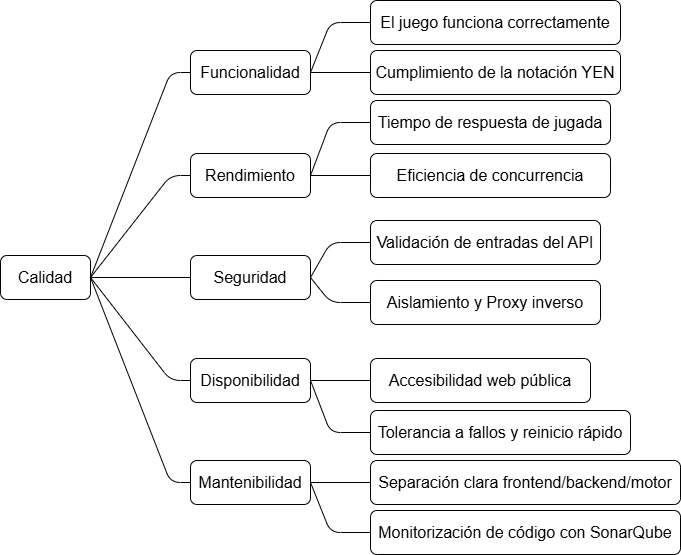
This is docs/images/10_1_arbol_calidad.png from Arquisoft/yovi_es3a, a draw.io export, as it was before one commit. Source tidied: cells renumbered, new cells last; positions are measured from the earlier drawing's top-left corner, leaving out a move shared by most shapes.
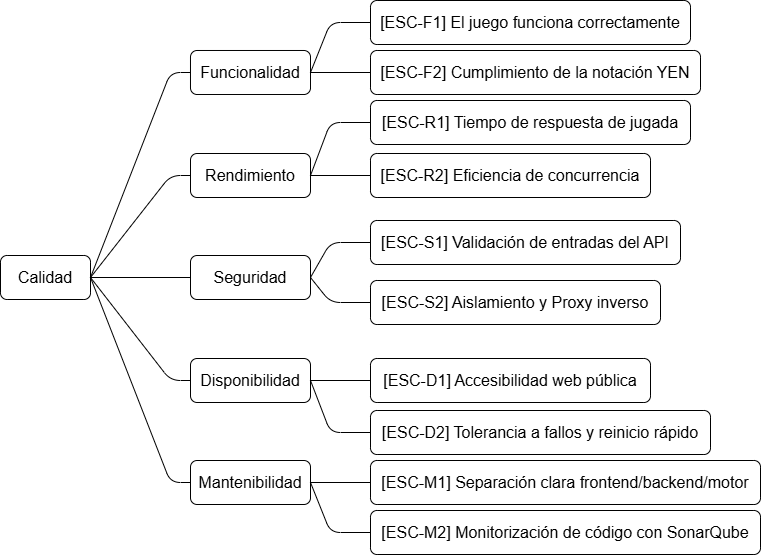
The same diagram one commit later.

What changed in the source:
```diff
@@ -58,23 +58,23 @@
         </Array>
       </mxGeometry>
     </mxCell>
-    <mxCell id="14" value="El juego funciona correctamente" style="rounded=1;whiteSpace=wrap;html=1;fontSize=16;" parent="1" vertex="1">
-      <mxGeometry x="370" width="250" height="44" as="geometry" />
+    <mxCell id="14" value="[ESC-F1] El juego funciona correctamente" style="rounded=1;whiteSpace=wrap;html=1;fontSize=16;" parent="1" vertex="1">
+      <mxGeometry x="370" width="320" height="44" as="geometry" />
     </mxCell>
-    <mxCell id="15" value="Cumplimiento de la notación YEN" style="rounded=1;whiteSpace=wrap;html=1;fontSize=16;" parent="1" vertex="1">
-      <mxGeometry x="370" y="50" width="250" height="44" as="geometry" />
+    <mxCell id="15" value="[ESC-F2] Cumplimiento de la notación YEN" style="rounded=1;whiteSpace=wrap;html=1;fontSize=16;" parent="1" vertex="1">
+      <mxGeometry x="370" y="50" width="330" height="44" as="geometry" />
     </mxCell>
-    <mxCell id="16" value="Tiempo de respuesta de jugada" style="rounded=1;whiteSpace=wrap;html=1;fontSize=16;" parent="1" vertex="1">
-      <mxGeometry x="370" y="100" width="240" height="44" as="geometry" />
+    <mxCell id="16" value="[ESC-R1] Tiempo de respuesta de jugada" style="rounded=1;whiteSpace=wrap;html=1;fontSize=16;" parent="1" vertex="1">
+      <mxGeometry x="370" y="100" width="320" height="44" as="geometry" />
     </mxCell>
-    <mxCell id="17" value="Validación de entradas del API" style="rounded=1;whiteSpace=wrap;html=1;fontSize=16;" parent="1" vertex="1">
-      <mxGeometry x="370" y="220" width="230" height="44" as="geometry" />
+    <mxCell id="17" value="[ESC-S1] Validación de entradas del API" style="rounded=1;whiteSpace=wrap;html=1;fontSize=16;" parent="1" vertex="1">
+      <mxGeometry x="370" y="220" width="310" height="44" as="geometry" />
     </mxCell>
-    <mxCell id="18" value="Accesibilidad web pública" style="rounded=1;whiteSpace=wrap;html=1;fontSize=16;" parent="1" vertex="1">
-      <mxGeometry x="370" y="358" width="220" height="44" as="geometry" />
+    <mxCell id="18" value="[ESC-D1] Accesibilidad web pública" style="rounded=1;whiteSpace=wrap;html=1;fontSize=16;" parent="1" vertex="1">
+      <mxGeometry x="370" y="358" width="280" height="44" as="geometry" />
     </mxCell>
-    <mxCell id="19" value="Separación clara frontend/backend/motor" style="rounded=1;whiteSpace=wrap;html=1;fontSize=16;" parent="1" vertex="1">
-      <mxGeometry x="370" y="460" width="310" height="44" as="geometry" />
+    <mxCell id="19" value="[ESC-M1] Separación clara frontend/backend/motor" style="rounded=1;whiteSpace=wrap;html=1;fontSize=16;" parent="1" vertex="1">
+      <mxGeometry x="370" y="460" width="390" height="44" as="geometry" />
     </mxCell>
     <mxCell id="20" style="endArrow=none;html=1;rounded=1;curved=0;exitX=1;exitY=0.5;exitDx=0;exitDy=0;entryX=0;entryY=0.5;entryDx=0;entryDy=0;" parent="1" edge="1" source="3" target="15">
       <mxGeometry relative="1" as="geometry" />
@@ -102,11 +102,11 @@
     <mxCell id="25" style="endArrow=none;html=1;rounded=1;curved=0;exitX=1;exitY=0.5;exitDx=0;exitDy=0;entryX=0;entryY=0.5;entryDx=0;entryDy=0;" parent="1" edge="1" source="4" target="26">
       <mxGeometry relative="1" as="geometry" />
     </mxCell>
-    <mxCell id="26" value="Eficiencia de concurrencia" style="rounded=1;whiteSpace=wrap;html=1;fontSize=16;" parent="1" vertex="1">
-      <mxGeometry x="370" y="153" width="240" height="44" as="geometry" />
+    <mxCell id="26" value="[ESC-R2] Eficiencia de concurrencia" style="rounded=1;whiteSpace=wrap;html=1;fontSize=16;" parent="1" vertex="1">
+      <mxGeometry x="370" y="153" width="280" height="44" as="geometry" />
     </mxCell>
-    <mxCell id="27" value="Aislamiento y Proxy inverso" style="rounded=1;whiteSpace=wrap;html=1;fontSize=16;" parent="1" vertex="1">
-      <mxGeometry x="370" y="280" width="230" height="44" as="geometry" />
+    <mxCell id="27" value="[ESC-S2] Aislamiento y Proxy inverso" style="rounded=1;whiteSpace=wrap;html=1;fontSize=16;" parent="1" vertex="1">
+      <mxGeometry x="370" y="280" width="290" height="44" as="geometry" />
     </mxCell>
     <mxCell id="28" style="endArrow=none;html=1;rounded=1;curved=0;exitX=1;exitY=0.5;exitDx=0;exitDy=0;entryX=0;entryY=0.5;entryDx=0;entryDy=0;" parent="1" edge="1" source="5" target="27">
       <mxGeometry relative="1" as="geometry">
@@ -115,8 +115,8 @@
         </Array>
       </mxGeometry>
     </mxCell>
-    <mxCell id="29" value="Tolerancia a fallos y reinicio rápido" style="rounded=1;whiteSpace=wrap;html=1;fontSize=16;" parent="1" vertex="1">
-      <mxGeometry x="370" y="410" width="260" height="44" as="geometry" />
+    <mxCell id="29" value="[ESC-D2] Tolerancia a fallos y reinicio rápido" style="rounded=1;whiteSpace=wrap;html=1;fontSize=16;" parent="1" vertex="1">
+      <mxGeometry x="370" y="410" width="340" height="44" as="geometry" />
     </mxCell>
     <mxCell id="30" style="endArrow=none;html=1;rounded=1;curved=0;exitX=1;exitY=0.5;exitDx=0;exitDy=0;entryX=0;entryY=0.5;entryDx=0;entryDy=0;" parent="1" edge="1" source="6" target="29">
       <mxGeometry relative="1" as="geometry">
@@ -125,8 +125,8 @@
         </Array>
       </mxGeometry>
     </mxCell>
-    <mxCell id="31" value="Monitorización de código con SonarQube" style="rounded=1;whiteSpace=wrap;html=1;fontSize=16;" parent="1" vertex="1">
-      <mxGeometry x="370" y="510" width="310" height="44" as="geometry" />
+    <mxCell id="31" value="[ESC-M2] Monitorización de código con SonarQube" style="rounded=1;whiteSpace=wrap;html=1;fontSize=16;" parent="1" vertex="1">
+      <mxGeometry x="370" y="510" width="390" height="44" as="geometry" />
     </mxCell>
     <mxCell id="32" style="endArrow=none;html=1;rounded=1;curved=0;exitX=1;exitY=0.5;exitDx=0;exitDy=0;entryX=0;entryY=0.5;entryDx=0;entryDy=0;" parent="1" edge="1" source="7" target="31">
       <mxGeometry relative="1" as="geometry">
```
